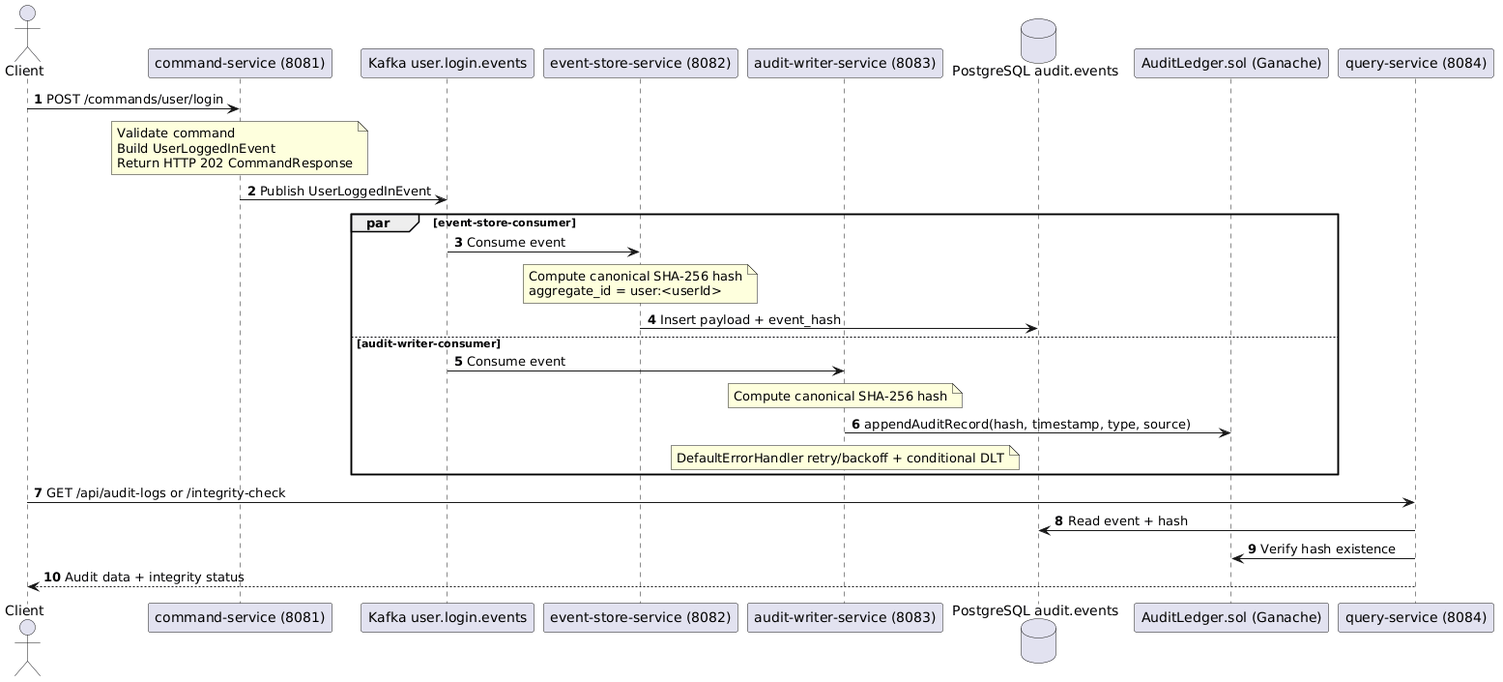
Before: docs/diagrams/cqrs-runtime-sequence.png, a diagram exported from PlantUML (igorsatsyuk/distributed-audit-ledger).
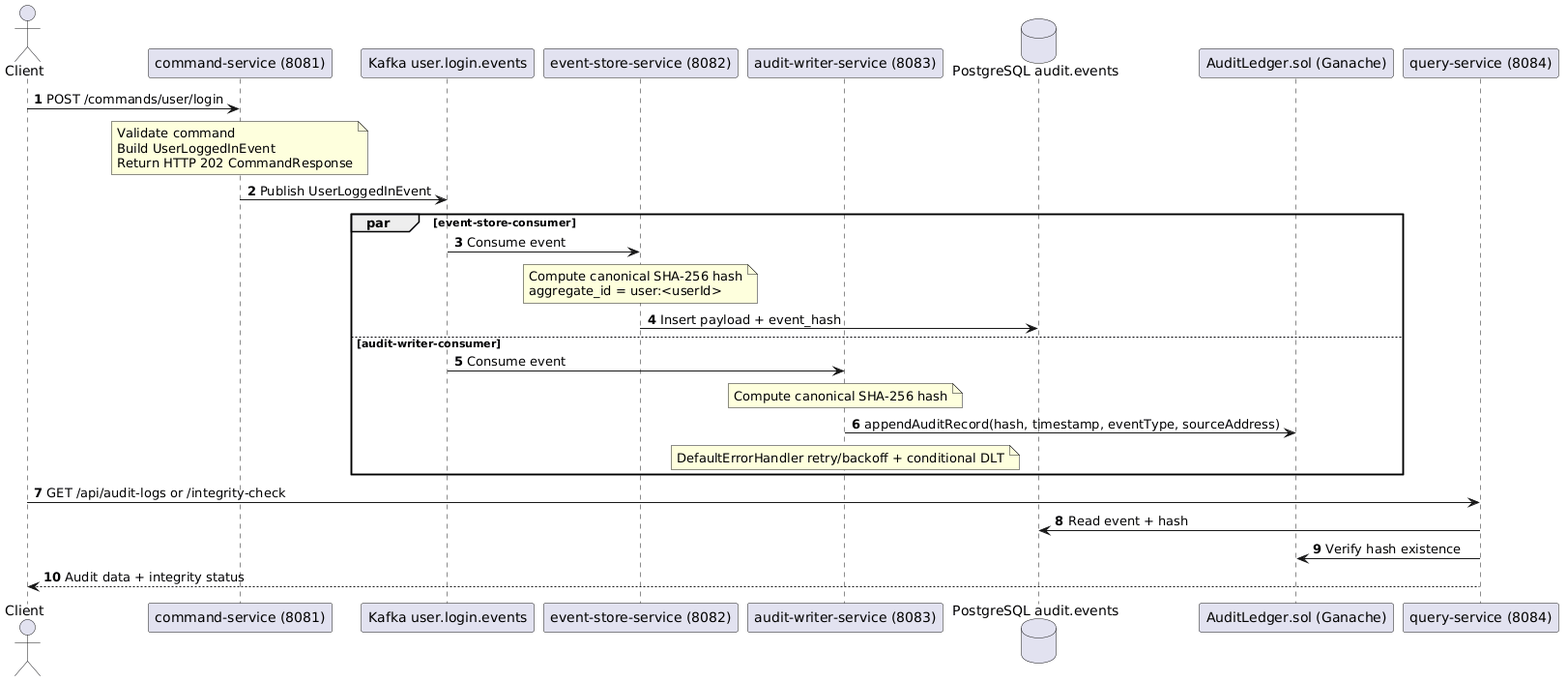
The same file after the commit.

Commit message:
[#12] Fix diagram script path and contract label

Change to the diagram source:
```diff
@@ -29,7 +29,7 @@
   note over AW
   Compute canonical SHA-256 hash
   end note
-  AW -> BC : appendAuditRecord(hash, timestamp, type, source)
+  AW -> BC : appendAuditRecord(hash, timestamp, eventType, sourceAddress)
   note over AW
   DefaultErrorHandler retry/backoff + conditional DLT
   end note
```
